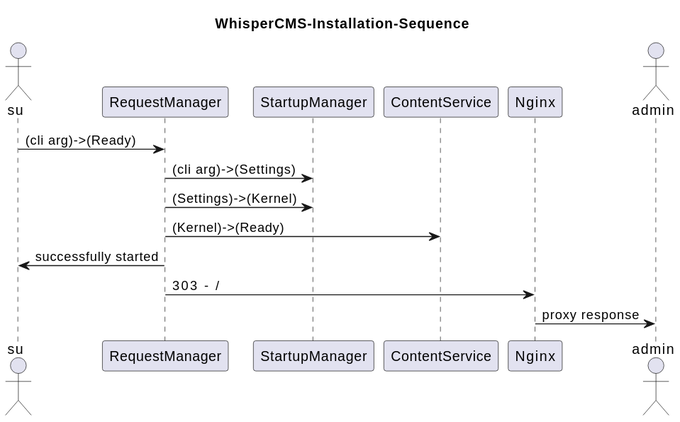
The PlantUML diagram docs/diagrams/UML-WhisperCMS-Installation-Sequence.svg in CoderByBlood/whisper-cms, before a commit.
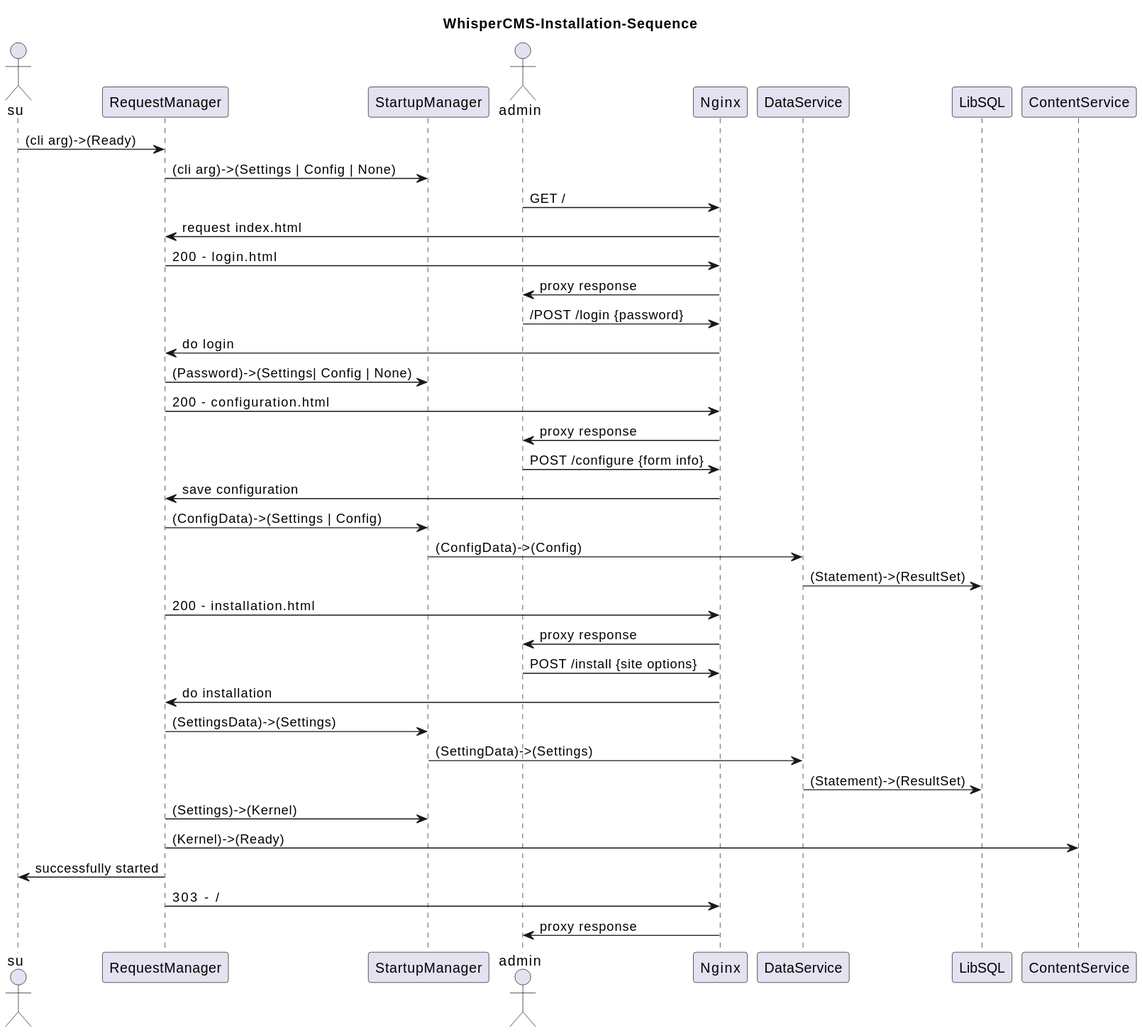
The same diagram one commit later.

Diff of the diagram source:
```diff
@@ -4,12 +4,35 @@
 actor "su" as 2
 participant "RequestManager" as 11
 participant "StartupManager" as 10
+actor "admin" as 1
+participant "Nginx" as 39
+participant "DataService" as 9
+participant "LibSQL" as 47
 participant "ContentService" as 8
-participant "Nginx" as 39
-actor "admin" as 1
 
 2 -> 11 : (cli arg)->(Ready)
-11 -> 10 : (cli arg)->(Settings)
+11 -> 10 : (cli arg)->(Settings | Config | None)
+1 -> 39 : GET /
+39 -> 11 : request index.html
+11 -> 39 : 200 - login.html
+39 -> 1 : proxy response
+1 -> 39 : /POST /login {password}
+39 -> 11 : do login
+11 -> 10 : (Password)->(Settings| Config | None)
+11 -> 39 : 200 - configuration.html
+39 -> 1 : proxy response
+1 -> 39 : POST /configure {form info}
+39 -> 11 : save configuration
+11 -> 10 : (ConfigData)->(Settings | Config)
+10 -> 9 : (ConfigData)->(Config)
+9 -> 47 : (Statement)->(ResultSet)
+11 -> 39 : 200 - installation.html
+39 -> 1 : proxy response
+1 -> 39 : POST /install {site options}
+39 -> 11 : do installation
+11 -> 10 : (SettingsData)->(Settings)
+10 -> 9 : (SettingData)->(Settings)
+9 -> 47 : (Statement)->(ResultSet)
 11 -> 10 : (Settings)->(Kernel)
 11 -> 8 : (Kernel)->(Ready)
 11 -> 2 : successfully started
```
